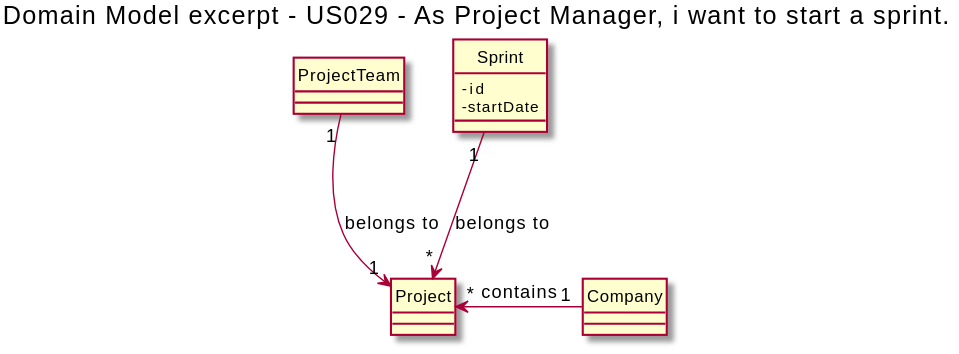
The PlantUML diagram docs/Sprint3/US029/US029-MD.svg in nunogon1211787/projectManagement, before a commit.
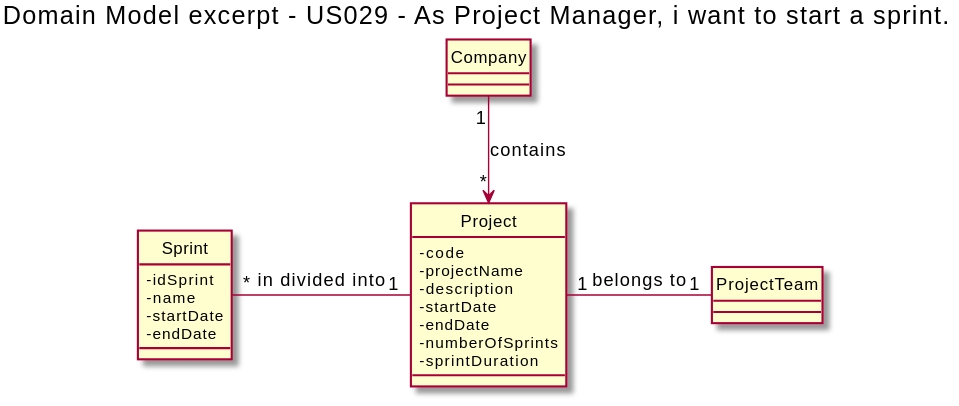
After the commit.

The edit, as a diff of the source:
```diff
@@ -5,25 +5,31 @@
 
 title Domain Model excerpt - US029 - As Project Manager, i want to start a sprint.
 
-together {
+
 class Company{
 }
 class Project{
+- code
+- projectName
+- description
+- startDate
+- endDate
+- numberOfSprints
+- sprintDuration
 }
-}
-together {
 class ProjectTeam{
 }
-together {
 class Sprint{
--id
--startDate
+- idSprint
+- name
+- startDate
+- endDate
 }
 
 
-Company "1" -left-> "*" Project: contains
-Project "1" <-right- "1" ProjectTeam: belongs to
-Sprint "1" --> "*" Project: belongs to
+Company "1" -down-> "*" Project: contains
+Project "1" -right- "1" ProjectTeam: belongs to
+Sprint "*" -right- "1" Project: in divided into
 
 
 @enduml
```
